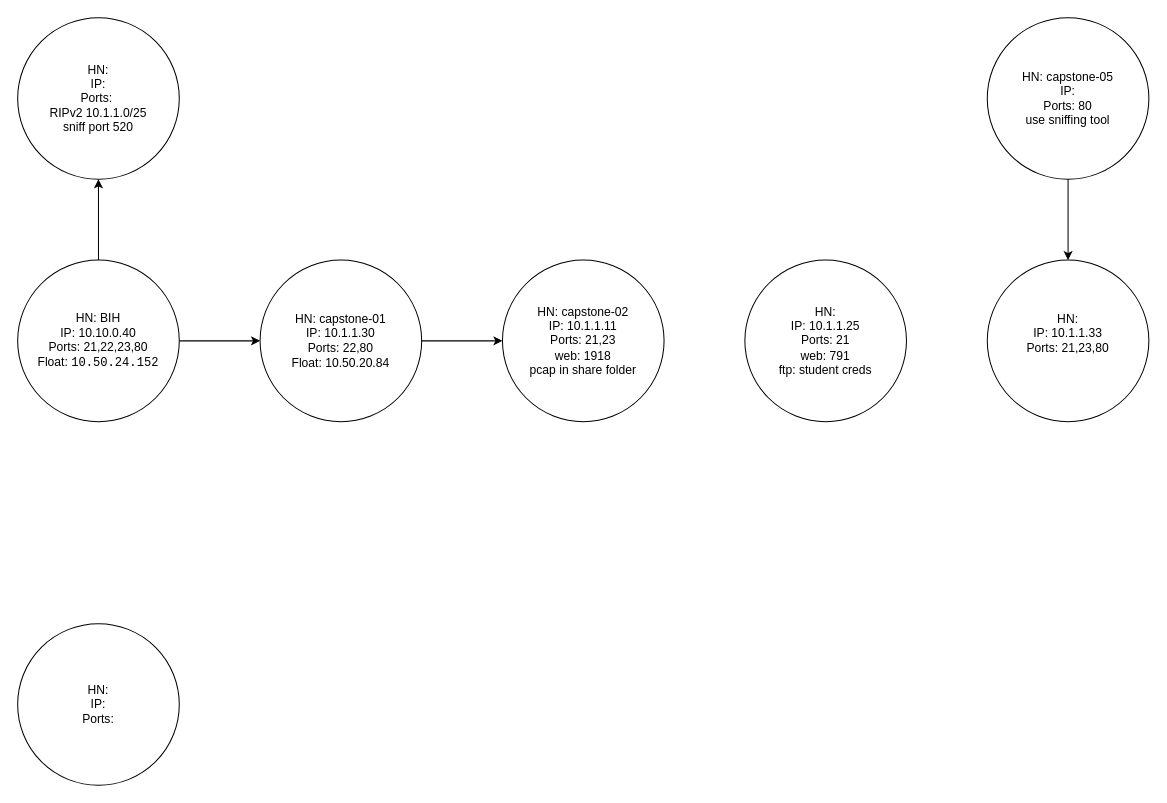
Earlier version of the draw.io diagram capstonemap.drawio (matthewjrobinson24/networking). Source tidied: cells renumbered, new cells numbered last; positions are measured from the earlier drawing's top-left corner, leaving out a move shared by most shapes. Both pictures are drawn from the tidied source at 101%, with x=0, y=0 at pixel (17, 17).
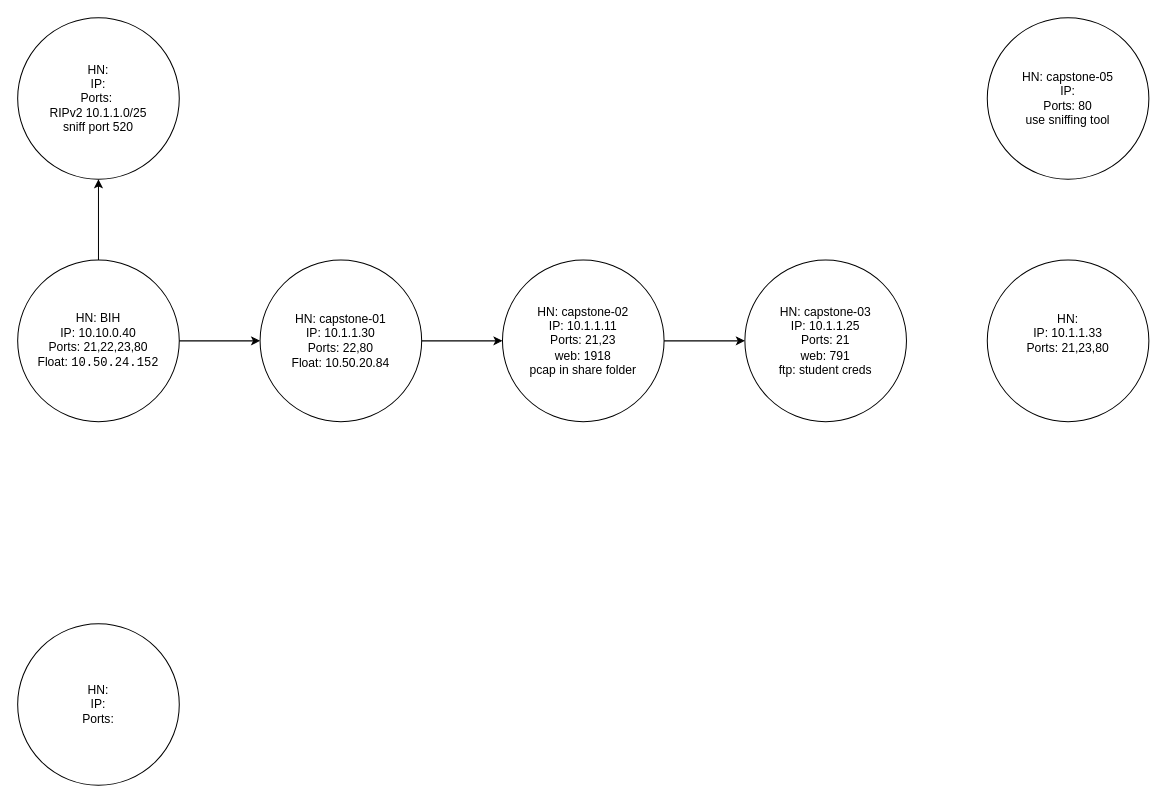
The same diagram, later.

The edit, as a diff of the source:
```diff
@@
 <mxGraphModel>
   <root>
     <mxCell id="0" />
     <mxCell id="1" parent="0" />
     <mxCell id="2" value="&lt;div&gt;HN: BIH&lt;br&gt;&lt;/div&gt;&lt;div&gt;IP: 10.10.0.40&lt;br&gt;&lt;/div&gt;&lt;div&gt;Ports: 21,22,23,80&lt;br&gt;&lt;/div&gt;&lt;div&gt;Float: &lt;code&gt;&lt;code&gt;&lt;code&gt;10.50.24.152&lt;/code&gt;&lt;/code&gt;&lt;/code&gt;&lt;/div&gt;" style="ellipse;whiteSpace=wrap;html=1;" parent="1" vertex="1">
       <mxGeometry y="240" width="160" height="160" as="geometry" />
     </mxCell>
     <mxCell id="3" value="&lt;div&gt;HN: capstone-01&lt;br&gt;&lt;/div&gt;&lt;div&gt;IP: 10.1.1.30&lt;br&gt;&lt;/div&gt;&lt;div&gt;Ports: 22,80&lt;br&gt;&lt;/div&gt;&lt;div&gt;Float: 10.50.20.84&lt;br&gt;&lt;/div&gt;" style="ellipse;whiteSpace=wrap;html=1;" parent="1" vertex="1">
       <mxGeometry x="240" y="240" width="160" height="160" as="geometry" />
     </mxCell>
     <mxCell id="4" value="&lt;div&gt;HN: &lt;br&gt;&lt;/div&gt;&lt;div&gt;IP: &lt;br&gt;&lt;/div&gt;&lt;div&gt;Ports: &lt;br&gt;&lt;/div&gt;" style="ellipse;whiteSpace=wrap;html=1;" parent="1" vertex="1">
       <mxGeometry y="600" width="160" height="160" as="geometry" />
     </mxCell>
     <mxCell id="5" value="&lt;div&gt;HN: capstone-02&lt;br&gt;&lt;/div&gt;&lt;div&gt;IP: 10.1.1.11&lt;br&gt;&lt;/div&gt;&lt;div&gt;Ports: 21,23&lt;br&gt;&lt;/div&gt;&lt;div&gt;web: 1918&lt;/div&gt;&lt;div&gt;pcap in share folder&lt;br&gt;&lt;/div&gt;" style="ellipse;whiteSpace=wrap;html=1;" parent="1" vertex="1">
       <mxGeometry x="480" y="240" width="160" height="160" as="geometry" />
     </mxCell>
-    <mxCell id="6" value="&lt;div&gt;HN: &lt;br&gt;&lt;/div&gt;&lt;div&gt;IP: 10.1.1.25&lt;br&gt;&lt;/div&gt;&lt;div&gt;Ports: 21&lt;/div&gt;&lt;div&gt;web: 791&lt;/div&gt;&lt;div&gt;ftp: student creds&lt;br&gt;&lt;/div&gt;" style="ellipse;whiteSpace=wrap;html=1;" parent="1" vertex="1">
+    <mxCell id="6" value="&lt;div&gt;HN: capstone-03&lt;br&gt;&lt;/div&gt;&lt;div&gt;IP: 10.1.1.25&lt;br&gt;&lt;/div&gt;&lt;div&gt;Ports: 21&lt;/div&gt;&lt;div&gt;web: 791&lt;/div&gt;&lt;div&gt;ftp: student creds&lt;br&gt;&lt;/div&gt;" style="ellipse;whiteSpace=wrap;html=1;" parent="1" vertex="1">
       <mxGeometry x="720" y="240" width="160" height="160" as="geometry" />
     </mxCell>
     <mxCell id="7" value="&lt;div&gt;HN: &lt;br&gt;&lt;/div&gt;&lt;div&gt;IP: 10.1.1.33&lt;br&gt;&lt;/div&gt;&lt;div&gt;Ports: 21,23,80&lt;/div&gt;&lt;div&gt;&lt;br&gt;&lt;/div&gt;" style="ellipse;whiteSpace=wrap;html=1;" parent="1" vertex="1">
       <mxGeometry x="960" y="240" width="160" height="160" as="geometry" />
     </mxCell>
     <mxCell id="8" value="&lt;div&gt;HN: capstone-05&lt;br&gt;&lt;/div&gt;&lt;div&gt;IP: &lt;br&gt;&lt;/div&gt;&lt;div&gt;Ports: 80&lt;/div&gt;&lt;div&gt;use sniffing tool&lt;br&gt;&lt;/div&gt;" style="ellipse;whiteSpace=wrap;html=1;" parent="1" vertex="1">
       <mxGeometry x="960" width="160" height="160" as="geometry" />
     </mxCell>
     <mxCell id="9" value="&lt;div&gt;HN: &lt;br&gt;&lt;/div&gt;&lt;div&gt;IP: &lt;br&gt;&lt;/div&gt;&lt;div&gt;Ports:&amp;nbsp;&lt;/div&gt;&lt;div&gt;RIPv2 10.1.1.0/25&lt;/div&gt;&lt;div&gt;sniff port 520&lt;br&gt;&lt;/div&gt;" style="ellipse;whiteSpace=wrap;html=1;" parent="1" vertex="1">
       <mxGeometry width="160" height="160" as="geometry" />
     </mxCell>
-    <mxCell id="10" style="endArrow=classic;html=1;rounded=0;entryX=0.5;entryY=0;entryDx=0;entryDy=0;exitX=0.5;exitY=1;exitDx=0;exitDy=0;" parent="1" edge="1" source="8" target="7">
-      <mxGeometry relative="1" as="geometry" />
-    </mxCell>
     <mxCell id="11" style="endArrow=classic;html=1;rounded=0;exitX=1;exitY=0.5;exitDx=0;exitDy=0;entryX=0;entryY=0.5;entryDx=0;entryDy=0;" parent="1" edge="1" source="2" target="3">
       <mxGeometry relative="1" as="geometry" />
     </mxCell>
     <mxCell id="12" style="endArrow=classic;html=1;rounded=0;exitX=0.5;exitY=0;exitDx=0;exitDy=0;entryX=0.5;entryY=1;entryDx=0;entryDy=0;" parent="1" edge="1" source="2" target="9">
       <mxGeometry relative="1" as="geometry" />
     </mxCell>
     <mxCell id="13" style="endArrow=classic;html=1;rounded=0;exitX=1;exitY=0.5;exitDx=0;exitDy=0;entryX=0;entryY=0.5;entryDx=0;entryDy=0;" parent="1" edge="1" source="3" target="5">
       <mxGeometry relative="1" as="geometry" />
     </mxCell>
+    <mxCell id="14" style="endArrow=classic;html=1;rounded=0;exitX=1;exitY=0.5;exitDx=0;exitDy=0;entryX=0;entryY=0.5;entryDx=0;entryDy=0;" parent="1" edge="1" source="5" target="6">
+      <mxGeometry relative="1" as="geometry" />
+    </mxCell>
   </root>
 </mxGraphModel>
```
